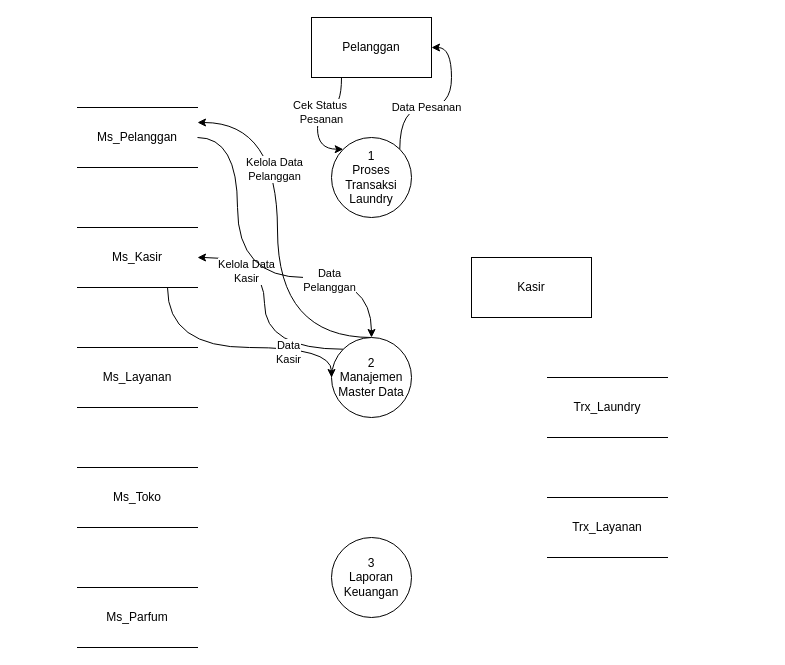
This is DFD1.drawio from xnoname2003/flowchart, a draw.io file, before an edit. Source tidied: cells renumbered, new cells numbered last; positions are measured from the earlier drawing's top-left corner, leaving out a move shared by most shapes. Both pictures are drawn from the tidied source at 100%, with x=0, y=0 at pixel (77, 17).
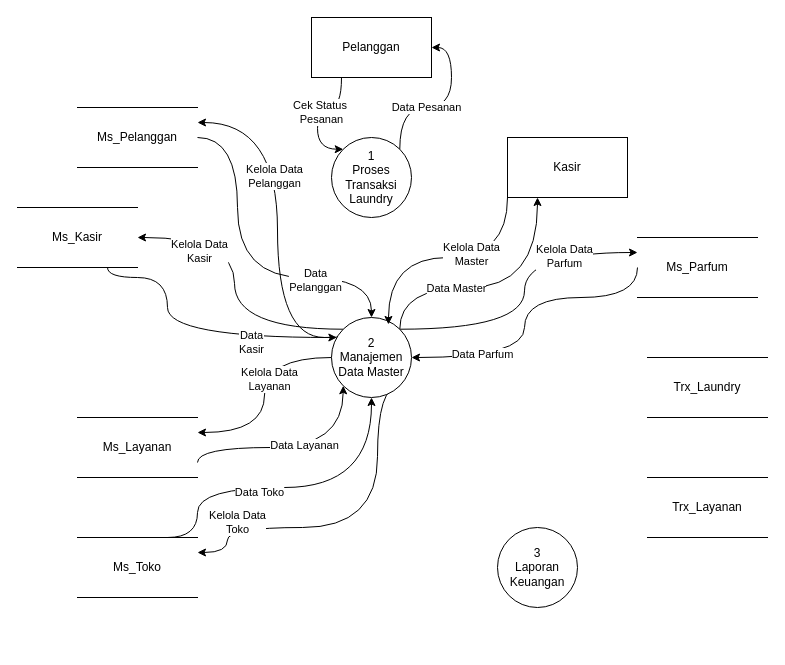
The same diagram, later.

Diff of the diagram source:
```diff
@@
+    <mxCell id="26" style="edgeStyle=orthogonalEdgeStyle;rounded=0;jettySize=auto;html=1;exitX=0;exitY=0.5;exitDx=0;exitDy=0;entryX=1;entryY=0.25;entryDx=0;entryDy=0;curved=1;" parent="1" edge="1" source="9" target="21">
+      <mxGeometry relative="1" as="geometry" />
+    </mxCell>
+    <mxCell id="27" value="Kelola Data&lt;div&gt;Layanan&lt;/div&gt;" style="edgeLabel;html=1;align=center;verticalAlign=middle;fontFamily=Helvetica;fontSize=11;fontColor=default;labelBackgroundColor=default;" parent="26" vertex="1">
+      <mxGeometry x="-0.16" y="4" relative="1" as="geometry" />
+    </mxCell>
+    <mxCell id="28" style="edgeStyle=orthogonalEdgeStyle;shape=connector;curved=1;rounded=0;jettySize=auto;html=1;exitX=1;exitY=1;exitDx=0;exitDy=0;entryX=1;entryY=0.25;entryDx=0;entryDy=0;strokeColor=default;align=center;verticalAlign=middle;fontFamily=Helvetica;fontSize=11;fontColor=default;labelBackgroundColor=default;endArrow=classic;" parent="1" edge="1" source="9" target="22">
+      <mxGeometry relative="1" as="geometry">
+        <Array as="points">
+          <mxPoint x="300" y="368" />
+          <mxPoint x="300" y="510" />
+          <mxPoint x="150" y="510" />
+          <mxPoint x="150" y="535" />
+        </Array>
+      </mxGeometry>
+    </mxCell>
+    <mxCell id="29" value="Kelola Data&lt;br&gt;Toko" style="edgeLabel;html=1;align=center;verticalAlign=middle;fontFamily=Helvetica;fontSize=11;fontColor=default;labelBackgroundColor=default;" parent="28" vertex="1">
+      <mxGeometry x="0.65" y="-6" relative="1" as="geometry" />
+    </mxCell>
+    <mxCell id="30" style="edgeStyle=orthogonalEdgeStyle;shape=connector;curved=1;rounded=0;jettySize=auto;html=1;exitX=1;exitY=0;exitDx=0;exitDy=0;entryX=0.25;entryY=1;entryDx=0;entryDy=0;strokeColor=default;align=center;verticalAlign=middle;fontFamily=Helvetica;fontSize=11;fontColor=default;labelBackgroundColor=default;endArrow=classic;" parent="1" edge="1" source="9" target="14">
+      <mxGeometry relative="1" as="geometry">
+        <Array as="points">
+          <mxPoint x="323" y="270" />
+          <mxPoint x="460" y="270" />
+        </Array>
+      </mxGeometry>
+    </mxCell>
+    <mxCell id="31" value="Data Master" style="edgeLabel;html=1;align=center;verticalAlign=middle;fontFamily=Helvetica;fontSize=11;fontColor=default;labelBackgroundColor=default;" parent="30" vertex="1">
+      <mxGeometry x="-0.27" relative="1" as="geometry" />
+    </mxCell>
+    <mxCell id="32" style="edgeStyle=orthogonalEdgeStyle;shape=connector;curved=1;rounded=0;jettySize=auto;html=1;exitX=1;exitY=0;exitDx=0;exitDy=0;entryX=0;entryY=0.25;entryDx=0;entryDy=0;strokeColor=default;align=center;verticalAlign=middle;fontFamily=Helvetica;fontSize=11;fontColor=default;labelBackgroundColor=default;endArrow=classic;" parent="1" edge="1" source="9" target="23">
+      <mxGeometry relative="1" as="geometry" />
+    </mxCell>
+    <mxCell id="33" value="Kelola Data&lt;br&gt;Parfum" style="edgeLabel;html=1;align=center;verticalAlign=middle;fontFamily=Helvetica;fontSize=11;fontColor=default;labelBackgroundColor=default;" parent="32" vertex="1">
+      <mxGeometry x="0.53" y="-3" relative="1" as="geometry" />
+    </mxCell>
-    <mxCell id="9" value="&lt;div&gt;2&lt;/div&gt;&lt;div&gt;Manajemen&lt;/div&gt;&lt;div&gt;Master Data&lt;/div&gt;" style="ellipse;whiteSpace=wrap;html=1;" parent="1" vertex="1">
-      <mxGeometry x="254" y="320" width="80" height="80" as="geometry" />
+    <mxCell id="9" value="&lt;div&gt;2&lt;/div&gt;&lt;div&gt;Manajemen&lt;/div&gt;&lt;div&gt;Data Master&lt;/div&gt;" style="ellipse;whiteSpace=wrap;html=1;" parent="1" vertex="1">
+      <mxGeometry x="254" y="300" width="80" height="80" as="geometry" />
     </mxCell>
     <mxCell id="10" value="&lt;div&gt;3&lt;/div&gt;&lt;div&gt;Laporan&lt;/div&gt;&lt;div&gt;Keuangan&lt;/div&gt;" style="ellipse;whiteSpace=wrap;html=1;" parent="1" vertex="1">
-      <mxGeometry x="254" y="520" width="80" height="80" as="geometry" />
+      <mxGeometry x="420" y="510" width="80" height="80" as="geometry" />
     </mxCell>
@@
     <mxCell id="14" value="Kasir" style="rounded=0;whiteSpace=wrap;html=1;" parent="1" vertex="1">
-      <mxGeometry x="394" y="240" width="120" height="60" as="geometry" />
+      <mxGeometry x="430" y="120" width="120" height="60" as="geometry" />
     </mxCell>
@@
-    <mxCell id="18" style="edgeStyle=orthogonalEdgeStyle;shape=connector;curved=1;rounded=0;jettySize=auto;html=1;exitX=0.75;exitY=1;exitDx=0;exitDy=0;entryX=0;entryY=0.5;entryDx=0;entryDy=0;strokeColor=default;align=center;verticalAlign=middle;fontFamily=Helvetica;fontSize=11;fontColor=default;labelBackgroundColor=default;endArrow=classic;" parent="1" edge="1" source="20" target="9">
+    <mxCell id="18" style="edgeStyle=orthogonalEdgeStyle;shape=connector;curved=1;rounded=0;jettySize=auto;html=1;exitX=0.75;exitY=1;exitDx=0;exitDy=0;strokeColor=default;align=center;verticalAlign=middle;fontFamily=Helvetica;fontSize=11;fontColor=default;labelBackgroundColor=default;endArrow=classic;" parent="1" edge="1" source="20" target="9">
       <mxGeometry relative="1" as="geometry">
         <Array as="points">
-          <mxPoint x="90" y="330" />
-          <mxPoint x="254" y="330" />
+          <mxPoint x="30" y="260" />
+          <mxPoint x="90" y="260" />
+          <mxPoint x="90" y="320" />
         </Array>
       </mxGeometry>
     </mxCell>
@@
     <mxCell id="20" value="Ms_Kasir" style="shape=partialRectangle;whiteSpace=wrap;html=1;left=0;right=0;fillColor=none;" parent="1" vertex="1">
-      <mxGeometry y="210" width="120" height="60" as="geometry" />
+      <mxGeometry x="-60" y="190" width="120" height="60" as="geometry" />
     </mxCell>
+    <mxCell id="34" style="edgeStyle=orthogonalEdgeStyle;shape=connector;curved=1;rounded=0;jettySize=auto;html=1;exitX=1;exitY=0.75;exitDx=0;exitDy=0;entryX=0;entryY=1;entryDx=0;entryDy=0;strokeColor=default;align=center;verticalAlign=middle;fontFamily=Helvetica;fontSize=11;fontColor=default;labelBackgroundColor=default;endArrow=classic;" parent="1" edge="1" source="21" target="9">
+      <mxGeometry relative="1" as="geometry">
+        <Array as="points">
+          <mxPoint x="120" y="430" />
+          <mxPoint x="266" y="430" />
+        </Array>
+      </mxGeometry>
+    </mxCell>
+    <mxCell id="35" value="Data Layanan" style="edgeLabel;html=1;align=center;verticalAlign=middle;fontFamily=Helvetica;fontSize=11;fontColor=default;labelBackgroundColor=default;" parent="34" vertex="1">
+      <mxGeometry x="0.09" y="3" relative="1" as="geometry" />
+    </mxCell>
     <mxCell id="21" value="Ms_Layanan" style="shape=partialRectangle;whiteSpace=wrap;html=1;left=0;right=0;fillColor=none;" parent="1" vertex="1">
-      <mxGeometry y="330" width="120" height="60" as="geometry" />
+      <mxGeometry y="400" width="120" height="60" as="geometry" />
     </mxCell>
+    <mxCell id="36" style="edgeStyle=orthogonalEdgeStyle;shape=connector;curved=1;rounded=0;jettySize=auto;html=1;exitX=0.75;exitY=0;exitDx=0;exitDy=0;entryX=0.5;entryY=1;entryDx=0;entryDy=0;strokeColor=default;align=center;verticalAlign=middle;fontFamily=Helvetica;fontSize=11;fontColor=default;labelBackgroundColor=default;endArrow=classic;" parent="1" edge="1" source="22" target="9">
+      <mxGeometry relative="1" as="geometry">
+        <Array as="points">
+          <mxPoint x="120" y="520" />
+          <mxPoint x="120" y="470" />
+          <mxPoint x="294" y="470" />
+        </Array>
+      </mxGeometry>
+    </mxCell>
+    <mxCell id="37" value="Data Toko" style="edgeLabel;html=1;align=center;verticalAlign=middle;fontFamily=Helvetica;fontSize=11;fontColor=default;labelBackgroundColor=default;" parent="36" vertex="1">
+      <mxGeometry x="-0.18" y="-4" relative="1" as="geometry" />
+    </mxCell>
     <mxCell id="22" value="Ms_Toko" style="shape=partialRectangle;whiteSpace=wrap;html=1;left=0;right=0;fillColor=none;" parent="1" vertex="1">
-      <mxGeometry y="450" width="120" height="60" as="geometry" />
+      <mxGeometry y="520" width="120" height="60" as="geometry" />
     </mxCell>
+    <mxCell id="38" style="edgeStyle=orthogonalEdgeStyle;shape=connector;curved=1;rounded=0;jettySize=auto;html=1;exitX=0;exitY=0.5;exitDx=0;exitDy=0;entryX=1;entryY=0.5;entryDx=0;entryDy=0;strokeColor=default;align=center;verticalAlign=middle;fontFamily=Helvetica;fontSize=11;fontColor=default;labelBackgroundColor=default;endArrow=classic;" parent="1" edge="1" source="23" target="9">
+      <mxGeometry relative="1" as="geometry">
+        <Array as="points">
+          <mxPoint x="560" y="280" />
+          <mxPoint x="447" y="280" />
+          <mxPoint x="447" y="340" />
+        </Array>
+      </mxGeometry>
+    </mxCell>
+    <mxCell id="39" value="Data Parfum" style="edgeLabel;html=1;align=center;verticalAlign=middle;fontFamily=Helvetica;fontSize=11;fontColor=default;labelBackgroundColor=default;" parent="38" vertex="1">
+      <mxGeometry x="0.56" y="-4" relative="1" as="geometry" />
+    </mxCell>
     <mxCell id="23" value="Ms_Parfum" style="shape=partialRectangle;whiteSpace=wrap;html=1;left=0;right=0;fillColor=none;" parent="1" vertex="1">
-      <mxGeometry y="570" width="120" height="60" as="geometry" />
+      <mxGeometry x="560" y="220" width="120" height="60" as="geometry" />
     </mxCell>
     <mxCell id="24" value="Trx_Laundry" style="shape=partialRectangle;whiteSpace=wrap;html=1;left=0;right=0;fillColor=none;" parent="1" vertex="1">
-      <mxGeometry x="470" y="360" width="120" height="60" as="geometry" />
+      <mxGeometry x="570" y="340" width="120" height="60" as="geometry" />
     </mxCell>
     <mxCell id="25" value="Trx_Layanan" style="shape=partialRectangle;whiteSpace=wrap;html=1;left=0;right=0;fillColor=none;" parent="1" vertex="1">
-      <mxGeometry x="470" y="480" width="120" height="60" as="geometry" />
+      <mxGeometry x="570" y="460" width="120" height="60" as="geometry" />
     </mxCell>
+    <mxCell id="40" style="edgeStyle=orthogonalEdgeStyle;shape=connector;curved=1;rounded=0;jettySize=auto;html=1;exitX=0;exitY=1;exitDx=0;exitDy=0;entryX=0.712;entryY=0.087;entryDx=0;entryDy=0;entryPerimeter=0;strokeColor=default;align=center;verticalAlign=middle;fontFamily=Helvetica;fontSize=11;fontColor=default;labelBackgroundColor=default;endArrow=classic;" parent="1" edge="1" source="14" target="9">
+      <mxGeometry relative="1" as="geometry" />
+    </mxCell>
+    <mxCell id="41" value="Kelola Data&lt;br&gt;Master" style="edgeLabel;html=1;align=center;verticalAlign=middle;fontFamily=Helvetica;fontSize=11;fontColor=default;labelBackgroundColor=default;" parent="40" vertex="1">
+      <mxGeometry x="-0.21" y="-4" relative="1" as="geometry" />
+    </mxCell>
```
